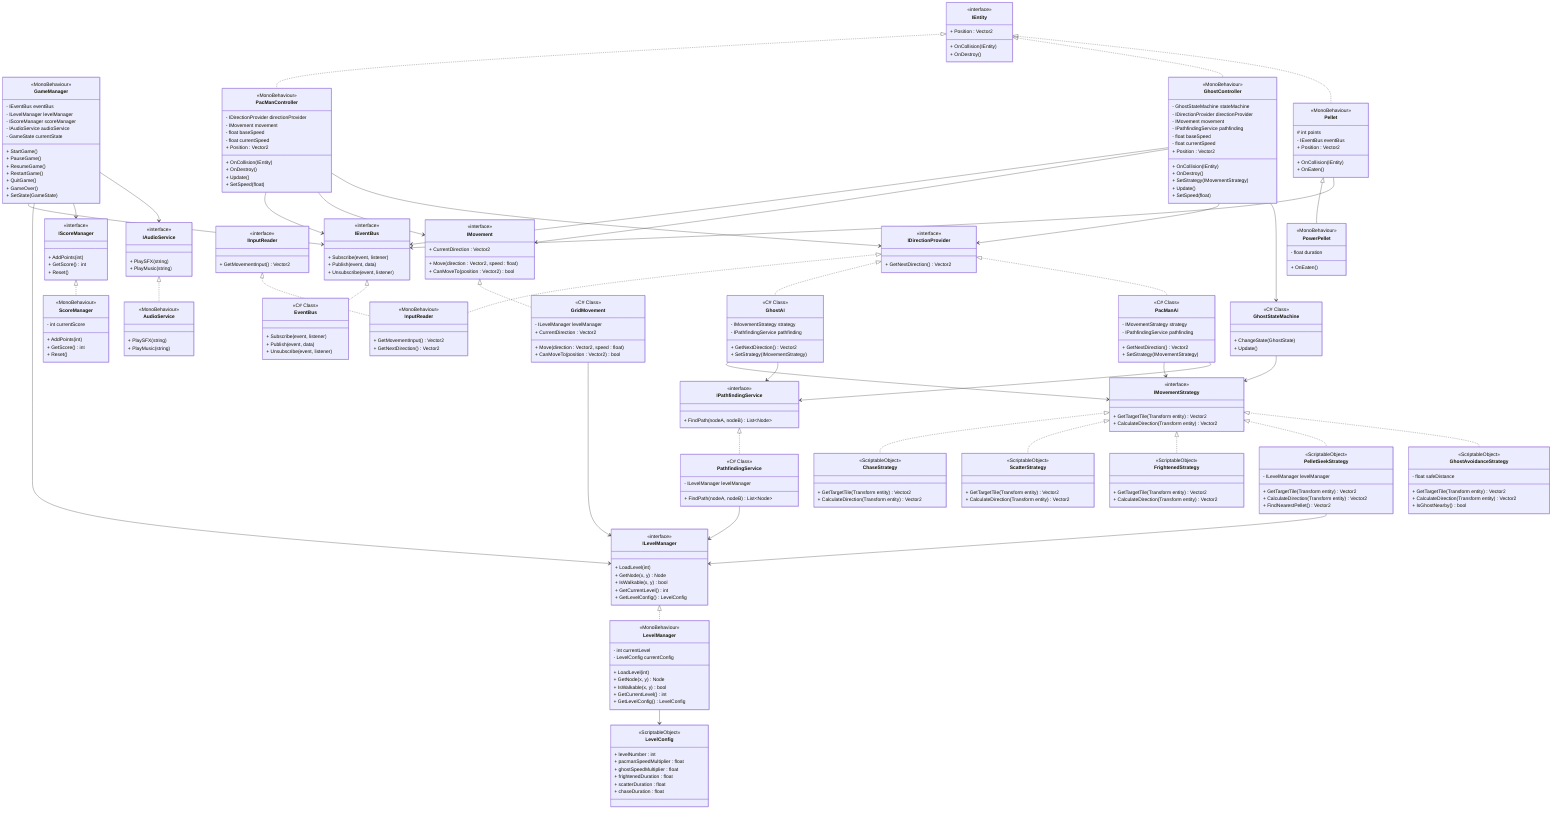
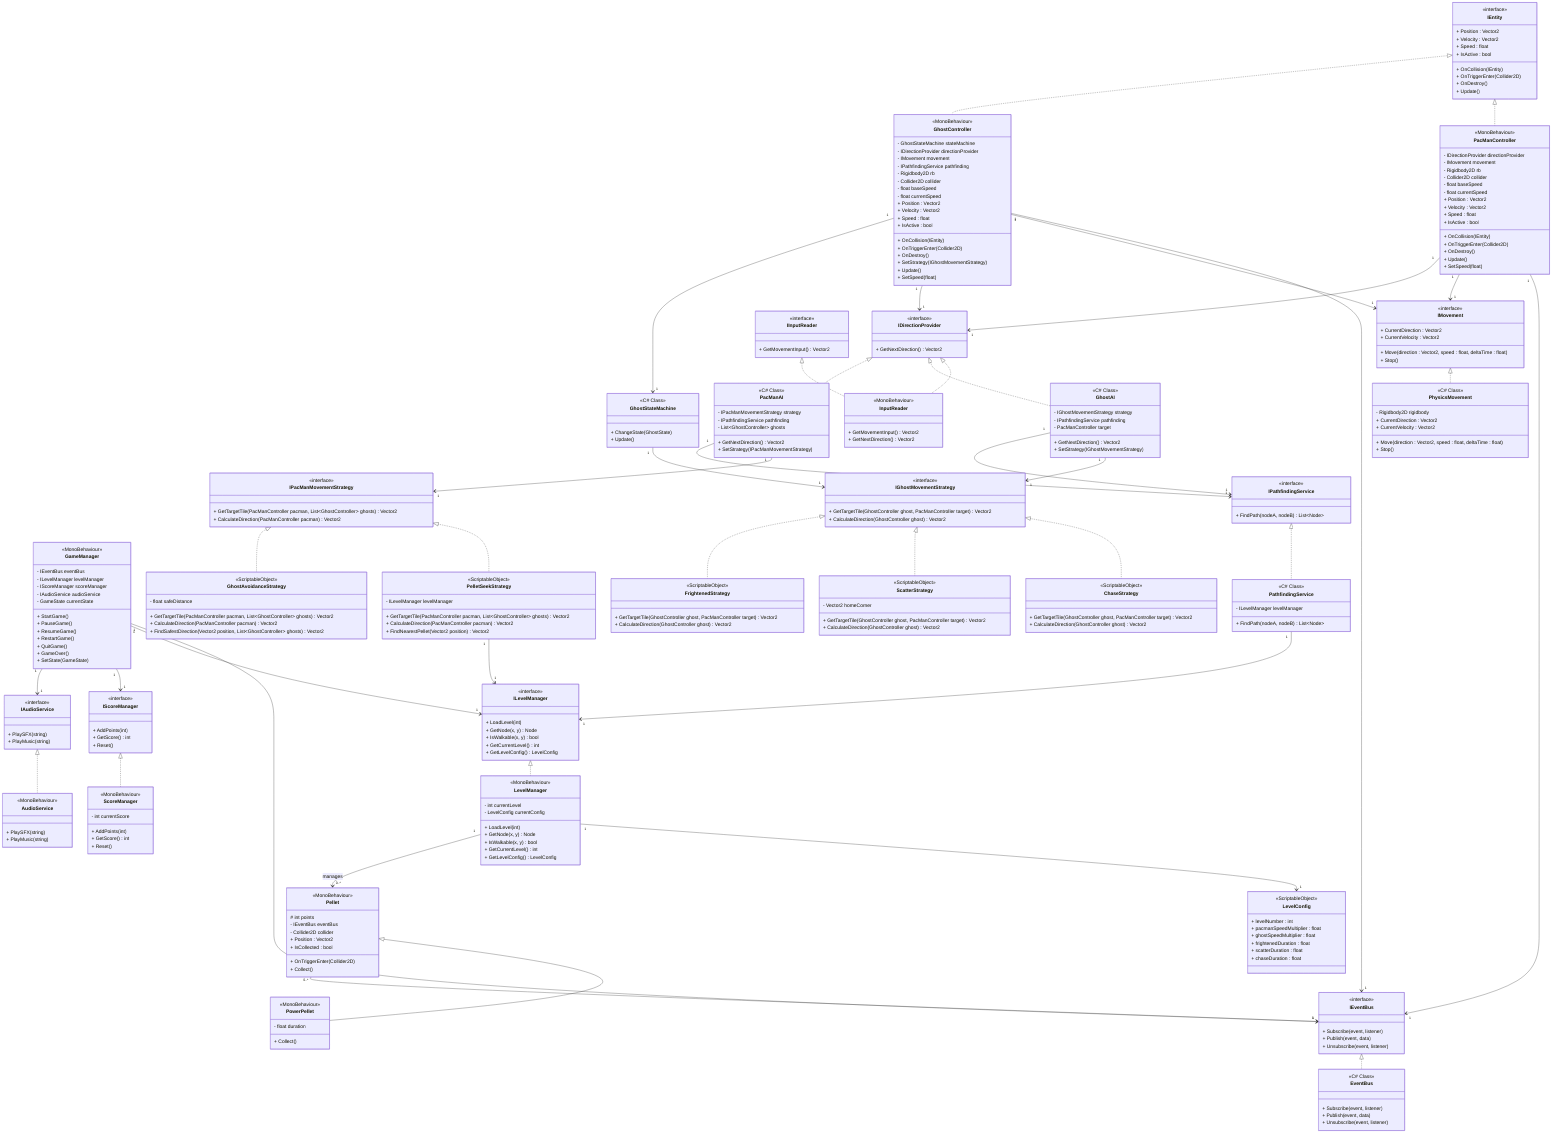
classDiagram

    %% Core Interfaces
    class IEntity {
        <<interface>>
        + Position : Vector2
+         + Velocity : Vector2
+         + Speed : float
+         + IsActive : bool
        + OnCollision(IEntity)
+         + OnTriggerEnter(Collider2D)
        + OnDestroy()
+         + Update()
    }

    class IMovement {
        <<interface>>
-         + Move(direction : Vector2, speed : float)
-         + CanMoveTo(position : Vector2) bool
+         + Move(direction : Vector2, speed : float, deltaTime : float)
+         + Stop()
        + CurrentDirection : Vector2
+         + CurrentVelocity : Vector2
    }

    class IEventBus {
        <<interface>>
        + Subscribe(event, listener)
        + Publish(event, data)
        + Unsubscribe(event, listener)
    }

    class IPathfindingService {
        <<interface>>
        + FindPath(nodeA, nodeB) List~Node~
    }

    class IAudioService {
        <<interface>>
        + PlaySFX(string)
        + PlayMusic(string)
    }

    class IInputReader {
        <<interface>>
        + GetMovementInput() Vector2
    }

    class IDirectionProvider {
        <<interface>>
        + GetNextDirection() Vector2
    }

    class ILevelManager {
        <<interface>>
        + LoadLevel(int)
        + GetNode(x, y) Node
        + IsWalkable(x, y) bool
        + GetCurrentLevel() int
        + GetLevelConfig() LevelConfig
    }

    class IScoreManager {
        <<interface>>
        + AddPoints(int)
        + GetScore() int
        + Reset()
    }

    %% Managers (MonoBehaviour)
    class GameManager {
        <<MonoBehaviour>>
        - IEventBus eventBus
        - ILevelManager levelManager
        - IScoreManager scoreManager
        - IAudioService audioService
        - GameState currentState
        + StartGame()
        + PauseGame()
        + ResumeGame()
        + RestartGame()
        + QuitGame()
        + GameOver()
        + SetState(GameState)
    }

    class LevelManager {
        <<MonoBehaviour>>
        - int currentLevel
        - LevelConfig currentConfig
        + LoadLevel(int)
        + GetNode(x, y) Node
        + IsWalkable(x, y) bool
        + GetCurrentLevel() int
        + GetLevelConfig() LevelConfig
    }

    class ScoreManager {
        <<MonoBehaviour>>
        - int currentScore
        + AddPoints(int)
        + GetScore() int
        + Reset()
    }

    class EventBus {
        <<C# Class>>
        + Subscribe(event, listener)
        + Publish(event, data)
        + Unsubscribe(event, listener)
    }

    %% Entities
    class PacManController {
        <<MonoBehaviour>>
        - IDirectionProvider directionProvider
        - IMovement movement
+         - Rigidbody2D rb
+         - Collider2D collider
        - float baseSpeed
        - float currentSpeed
        + Position : Vector2
+         + Velocity : Vector2
+         + Speed : float
+         + IsActive : bool
        + OnCollision(IEntity)
+         + OnTriggerEnter(Collider2D)
        + OnDestroy()
        + Update()
        + SetSpeed(float)
    }

-     class GridMovement {
-         <<C# Class>>
-         - ILevelManager levelManager
-         + Move(direction : Vector2, speed : float)
-         + CanMoveTo(position : Vector2) bool
+     class PhysicsMovement {
+         <<C# Class>>
+         - Rigidbody2D rigidbody
+         + Move(direction : Vector2, speed : float, deltaTime : float)
+         + Stop()
        + CurrentDirection : Vector2
+         + CurrentVelocity : Vector2
    }

    class InputReader {
        <<MonoBehaviour>>
        + GetMovementInput() Vector2
        + GetNextDirection() Vector2
    }

    class GhostController {
        <<MonoBehaviour>>
        - GhostStateMachine stateMachine
        - IDirectionProvider directionProvider
        - IMovement movement
        - IPathfindingService pathfinding
+         - Rigidbody2D rb
+         - Collider2D collider
        - float baseSpeed
        - float currentSpeed
        + Position : Vector2
+         + Velocity : Vector2
+         + Speed : float
+         + IsActive : bool
        + OnCollision(IEntity)
+         + OnTriggerEnter(Collider2D)
        + OnDestroy()
-         + SetStrategy(IMovementStrategy)
+         + SetStrategy(IGhostMovementStrategy)
        + Update()
        + SetSpeed(float)
    }

    class GhostAI {
        <<C# Class>>
-         - IMovementStrategy strategy
+         - IGhostMovementStrategy strategy
        - IPathfindingService pathfinding
+         - PacManController target
        + GetNextDirection() Vector2
-         + SetStrategy(IMovementStrategy)
+         + SetStrategy(IGhostMovementStrategy)
    }

    class PacManAI {
        <<C# Class>>
-         - IMovementStrategy strategy
+         - IPacManMovementStrategy strategy
        - IPathfindingService pathfinding
+         - List~GhostController~ ghosts
        + GetNextDirection() Vector2
-         + SetStrategy(IMovementStrategy)
+         + SetStrategy(IPacManMovementStrategy)
    }

    class Pellet {
        <<MonoBehaviour>>
        # int points
        - IEventBus eventBus
+         - Collider2D collider
        + Position : Vector2
-         + OnCollision(IEntity)
-         + OnEaten()
+         + IsCollected : bool
+         + OnTriggerEnter(Collider2D)
+         + Collect()
    }

    class PowerPellet {
        <<MonoBehaviour>>
        - float duration
-         + OnEaten()
+         + Collect()
    }

    class GhostStateMachine {
        <<C# Class>>
        + ChangeState(GhostState)
        + Update()
    }

-     class IMovementStrategy {
-         <<interface>>
-         + GetTargetTile(Transform entity) Vector2
-         + CalculateDirection(Transform entity) Vector2
+     class IGhostMovementStrategy {
+         <<interface>>
+         + GetTargetTile(GhostController ghost, PacManController target) Vector2
+         + CalculateDirection(GhostController ghost) Vector2
+     }
+ 
+     class IPacManMovementStrategy {
+         <<interface>>
+         + GetTargetTile(PacManController pacman, List~GhostController~ ghosts) Vector2
+         + CalculateDirection(PacManController pacman) Vector2
    }

    class ChaseStrategy {
        <<ScriptableObject>>
-         + GetTargetTile(Transform entity) Vector2
-         + CalculateDirection(Transform entity) Vector2
+         + GetTargetTile(GhostController ghost, PacManController target) Vector2
+         + CalculateDirection(GhostController ghost) Vector2
    }

    class ScatterStrategy {
        <<ScriptableObject>>
-         + GetTargetTile(Transform entity) Vector2
-         + CalculateDirection(Transform entity) Vector2
+         - Vector2 homeCorner
+         + GetTargetTile(GhostController ghost, PacManController target) Vector2
+         + CalculateDirection(GhostController ghost) Vector2
    }

    class FrightenedStrategy {
        <<ScriptableObject>>
-         + GetTargetTile(Transform entity) Vector2
-         + CalculateDirection(Transform entity) Vector2
+         + GetTargetTile(GhostController ghost, PacManController target) Vector2
+         + CalculateDirection(GhostController ghost) Vector2
    }

    class PelletSeekStrategy {
        <<ScriptableObject>>
        - ILevelManager levelManager
-         + GetTargetTile(Transform entity) Vector2
-         + CalculateDirection(Transform entity) Vector2
-         + FindNearestPellet() Vector2
+         + GetTargetTile(PacManController pacman, List~GhostController~ ghosts) Vector2
+         + CalculateDirection(PacManController pacman) Vector2
+         + FindNearestPellet(Vector2 position) Vector2
    }

    class GhostAvoidanceStrategy {
        <<ScriptableObject>>
        - float safeDistance
-         + GetTargetTile(Transform entity) Vector2
-         + CalculateDirection(Transform entity) Vector2
-         + IsGhostNearby() bool
+         + GetTargetTile(PacManController pacman, List~GhostController~ ghosts) Vector2
+         + CalculateDirection(PacManController pacman) Vector2
+         + FindSafestDirection(Vector2 position, List~GhostController~ ghosts) Vector2
    }

    class AudioService {
        <<MonoBehaviour>>
        + PlaySFX(string)
        + PlayMusic(string)
    }

    class PathfindingService {
        <<C# Class>>
        - ILevelManager levelManager
        + FindPath(nodeA, nodeB) List~Node~
    }

    class LevelConfig {
        <<ScriptableObject>>
        + levelNumber : int
        + pacmanSpeedMultiplier : float
        + ghostSpeedMultiplier : float
        + frightenedDuration : float
        + scatterDuration : float
        + chaseDuration : float
    }

%% Interface Implementations
IEventBus <|.. EventBus
ILevelManager <|.. LevelManager
IScoreManager <|.. ScoreManager
IAudioService <|.. AudioService
IPathfindingService <|.. PathfindingService
IInputReader <|.. InputReader
IDirectionProvider <|.. InputReader
IDirectionProvider <|.. GhostAI
IDirectionProvider <|.. PacManAI
- IMovement <|.. GridMovement
+ IMovement <|.. PhysicsMovement

%% Entity Implementations
IEntity <|.. PacManController
IEntity <|.. GhostController
- IEntity <|.. Pellet

%% Inheritance
Pellet <|-- PowerPellet

- %% Manager Dependencies (using interfaces)
- GameManager --> IEventBus
- GameManager --> ILevelManager
- GameManager --> IScoreManager
- GameManager --> IAudioService
+ %% Manager Dependencies (using interfaces with cardinality)
+ GameManager "1" --> "1" IEventBus
+ GameManager "1" --> "1" ILevelManager
+ GameManager "1" --> "1" IScoreManager
+ GameManager "1" --> "1" IAudioService

%% LevelManager Dependencies
- LevelManager --> LevelConfig
- 
- %% Entity Dependencies
- PacManController --> IEventBus
- PacManController --> IMovement
- PacManController --> IDirectionProvider
- 
- GhostController --> IEventBus
- GhostController --> IMovement
- GhostController --> IDirectionProvider
- 
- GridMovement --> ILevelManager
- 
- Pellet --> IEventBus
- 
- %% Ghost AI
- GhostController --> GhostStateMachine
- GhostAI --> IMovementStrategy
- GhostAI --> IPathfindingService
- PacManAI --> IMovementStrategy
- PacManAI --> IPathfindingService
- GhostStateMachine --> IMovementStrategy
- IMovementStrategy <|.. ChaseStrategy
- IMovementStrategy <|.. ScatterStrategy
- IMovementStrategy <|.. FrightenedStrategy
- IMovementStrategy <|.. PelletSeekStrategy
- IMovementStrategy <|.. GhostAvoidanceStrategy
- PelletSeekStrategy --> ILevelManager
- 
- PathfindingService --> ILevelManager
+ LevelManager "1" --> "1" LevelConfig
+ LevelManager "1" --> "0..*" Pellet : manages
+ 
+ %% Entity Dependencies with cardinality
+ PacManController "1" --> "1" IEventBus
+ PacManController "1" --> "1" IMovement
+ PacManController "1" --> "1" IDirectionProvider
+ 
+ GhostController "1" --> "1" IEventBus
+ GhostController "1" --> "1" IMovement
+ GhostController "1" --> "1" IDirectionProvider
+ 
+ Pellet "0..*" --> "1" IEventBus
+ 
+ %% AI and State Management with cardinality
+ GhostController "1" --> "1" GhostStateMachine
+ GhostAI "1" --> "1" IGhostMovementStrategy
+ GhostAI "1" --> "1" IPathfindingService
+ PacManAI "1" --> "1" IPacManMovementStrategy
+ PacManAI "1" --> "1" IPathfindingService
+ GhostStateMachine "1" --> "1" IGhostMovementStrategy
+ IGhostMovementStrategy <|.. ChaseStrategy
+ IGhostMovementStrategy <|.. ScatterStrategy
+ IGhostMovementStrategy <|.. FrightenedStrategy
+ IPacManMovementStrategy <|.. PelletSeekStrategy
+ IPacManMovementStrategy <|.. GhostAvoidanceStrategy
+ PelletSeekStrategy "1" --> "1" ILevelManager
+ 
+ PathfindingService "1" --> "1" ILevelManager
